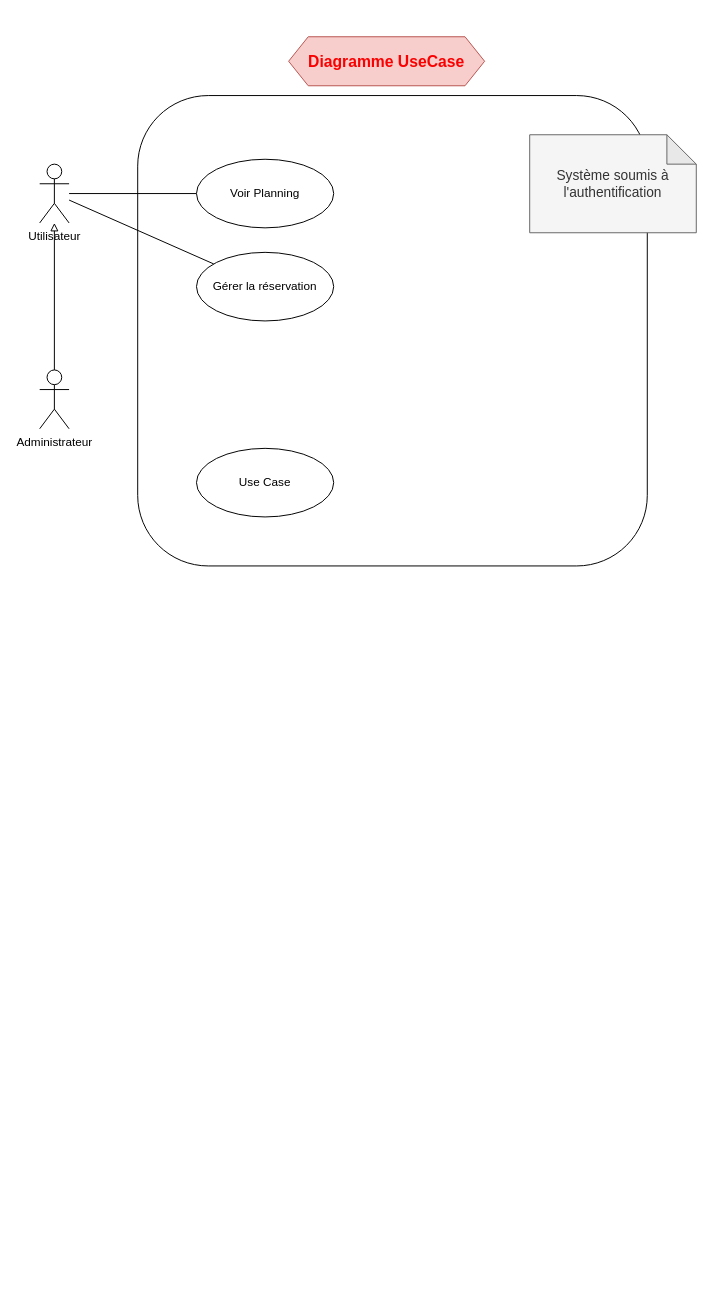
This is TP3/TP_3_UML_Exercice_1.drawio from Mzk-Ali/EXO_M2I_UML, a draw.io file, before an edit. Source tidied: cells renumbered, new cells numbered last; positions are measured from the earlier drawing's top-left corner, leaving out a move shared by most shapes. Both pictures are drawn from the tidied source at 98%, with x=0, y=0 at pixel (39, 36).
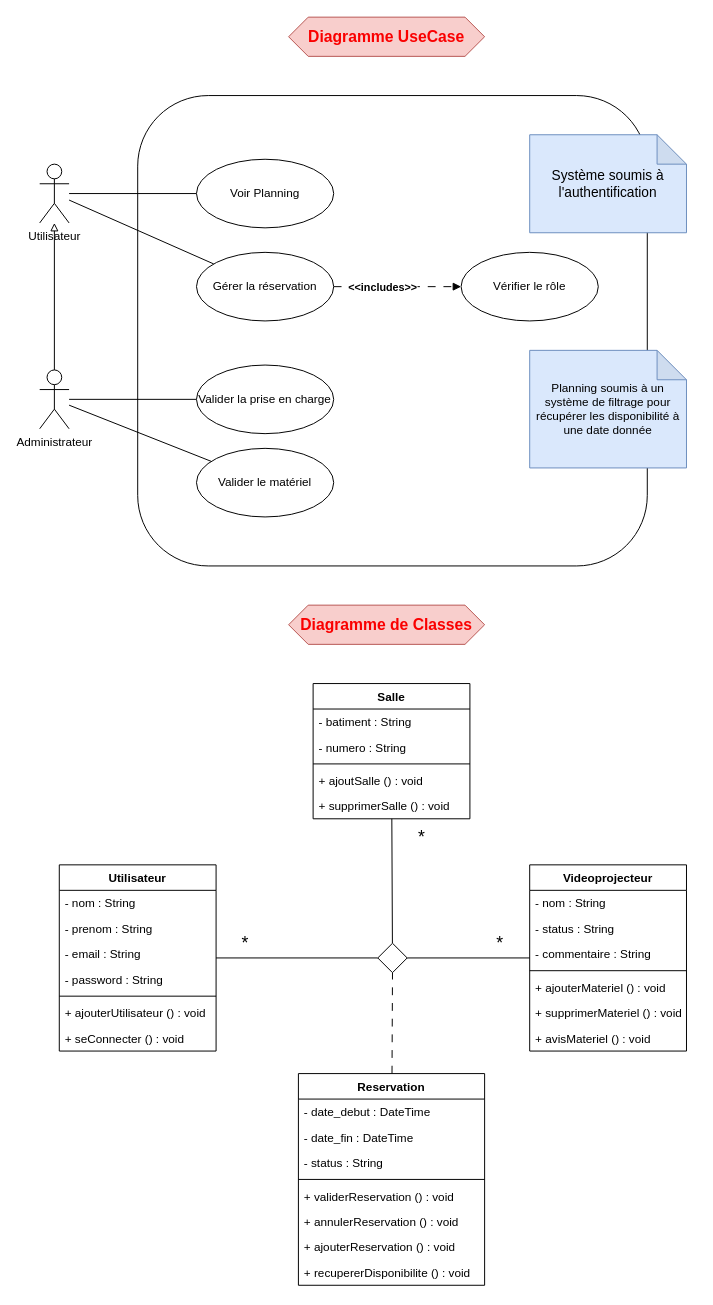
The same diagram, later.

Commit message (it also covers changes not shown here):
Mettre à jour TP_3_UML_Exercice_1.drawio

Unchanged cells that the change refers to:
```xml
<mxCell id="8" value="Administrateur" style="shape=umlActor;verticalLabelPosition=bottom;verticalAlign=top;html=1;outlineConnect=0;" parent="1" vertex="1">
  <mxGeometry y="340" width="30" height="60" as="geometry" />
</mxCell>
<mxCell id="11" value="Gérer la réservation" style="ellipse;whiteSpace=wrap;html=1;" parent="1" vertex="1">
  <mxGeometry x="160" y="220" width="140" height="70" as="geometry" />
</mxCell>
```

The edit, as a diff of the source:
```diff
@@
     <mxCell id="3" value="&lt;font style=&quot;font-size: 16px; color: light-dark(rgb(250, 0, 0), rgb(237, 237, 237));&quot;&gt;&lt;b&gt;Diagramme UseCase&lt;/b&gt;&lt;/font&gt;" style="shape=hexagon;perimeter=hexagonPerimeter2;whiteSpace=wrap;html=1;fixedSize=1;fillColor=#f8cecc;strokeColor=#b85450;" parent="1" vertex="1">
-      <mxGeometry x="254" width="200" height="50" as="geometry" />
+      <mxGeometry x="254" y="-20" width="200" height="40" as="geometry" />
     </mxCell>
@@
+    <mxCell id="13" style="edgeStyle=orthogonalEdgeStyle;rounded=0;jettySize=auto;html=1;endArrow=none;startFill=0;" parent="1" edge="1" source="8" target="12">
+      <mxGeometry relative="1" as="geometry" />
+    </mxCell>
+    <mxCell id="14" style="rounded=0;jettySize=auto;html=1;endArrow=none;startFill=0;" parent="1" edge="1" source="8" target="18">
+      <mxGeometry relative="1" as="geometry" />
+    </mxCell>
@@
-    <mxCell id="10" value="&lt;font style=&quot;font-size: 14px;&quot;&gt;Système soumis à l'authentification&lt;/font&gt;" style="shape=note;whiteSpace=wrap;html=1;backgroundOutline=1;darkOpacity=0.05;fillColor=#f5f5f5;fontColor=#333333;strokeColor=#666666;" parent="1" vertex="1">
-      <mxGeometry x="500" y="100" width="170" height="100" as="geometry" />
+    <mxCell id="10" value="&lt;font style=&quot;font-size: 14px;&quot;&gt;Système soumis à l'authentification&lt;/font&gt;" style="shape=note;whiteSpace=wrap;html=1;backgroundOutline=1;darkOpacity=0.05;fillColor=#dae8fc;strokeColor=#6c8ebf;" parent="1" vertex="1">
+      <mxGeometry x="500" y="100" width="160" height="100" as="geometry" />
     </mxCell>
+    <mxCell id="15" style="edgeStyle=orthogonalEdgeStyle;rounded=0;jettySize=auto;html=1;endArrow=block;endFill=1;dashed=1;dashPattern=8 8;" parent="1" edge="1" source="11" target="17">
+      <mxGeometry relative="1" as="geometry" />
+    </mxCell>
+    <mxCell id="16" value="&lt;b&gt;&amp;lt;&amp;lt;includes&amp;gt;&amp;gt;&lt;/b&gt;" style="edgeLabel;html=1;align=center;verticalAlign=middle;" parent="15" vertex="1">
+      <mxGeometry x="-0.25" relative="1" as="geometry" />
+    </mxCell>
@@
-    <mxCell id="12" value="Use Case" style="ellipse;whiteSpace=wrap;html=1;" parent="1" vertex="1">
-      <mxGeometry x="160" y="420" width="140" height="70" as="geometry" />
+    <mxCell id="12" value="Valider la prise en charge" style="ellipse;whiteSpace=wrap;html=1;" parent="1" vertex="1">
+      <mxGeometry x="160" y="335" width="140" height="70" as="geometry" />
     </mxCell>
+    <mxCell id="17" value="Vérifier le rôle" style="ellipse;whiteSpace=wrap;html=1;" parent="1" vertex="1">
+      <mxGeometry x="430" y="220" width="140" height="70" as="geometry" />
+    </mxCell>
+    <mxCell id="18" value="Valider le matériel" style="ellipse;whiteSpace=wrap;html=1;" parent="1" vertex="1">
+      <mxGeometry x="160" y="420" width="140" height="70" as="geometry" />
+    </mxCell>
+    <mxCell id="19" value="Planning soumis à un système de filtrage pour récupérer les disponibilité à une date donnée" style="shape=note;whiteSpace=wrap;html=1;backgroundOutline=1;darkOpacity=0.05;fillColor=#dae8fc;strokeColor=#6c8ebf;" parent="1" vertex="1">
+      <mxGeometry x="500" y="320" width="160" height="120" as="geometry" />
+    </mxCell>
+    <mxCell id="20" value="&lt;font style=&quot;font-size: 16px; color: light-dark(rgb(250, 0, 0), rgb(237, 237, 237));&quot;&gt;&lt;b&gt;Diagramme de Classes&lt;/b&gt;&lt;/font&gt;" style="shape=hexagon;perimeter=hexagonPerimeter2;whiteSpace=wrap;html=1;fixedSize=1;fillColor=#f8cecc;strokeColor=#b85450;" parent="1" vertex="1">
+      <mxGeometry x="254" y="580" width="200" height="40" as="geometry" />
+    </mxCell>
+    <mxCell id="21" value="Utilisateur" style="swimlane;fontStyle=1;align=center;verticalAlign=top;horizontal=1;startSize=26;whiteSpace=wrap;html=1;" parent="1" vertex="1">
+      <mxGeometry x="20" y="845" width="160" height="190" as="geometry" />
+    </mxCell>
+    <mxCell id="22" value="- nom : String" style="text;strokeColor=none;fillColor=none;align=left;verticalAlign=top;spacingLeft=4;spacingRight=4;overflow=hidden;whiteSpace=wrap;html=1;" parent="21" vertex="1">
+      <mxGeometry y="26" width="160" height="26" as="geometry" />
+    </mxCell>
+    <mxCell id="23" value="- prenom : String" style="text;strokeColor=none;fillColor=none;align=left;verticalAlign=top;spacingLeft=4;spacingRight=4;overflow=hidden;whiteSpace=wrap;html=1;" parent="21" vertex="1">
+      <mxGeometry y="52" width="160" height="26" as="geometry" />
+    </mxCell>
+    <mxCell id="24" value="- email : String" style="text;strokeColor=none;fillColor=none;align=left;verticalAlign=top;spacingLeft=4;spacingRight=4;overflow=hidden;whiteSpace=wrap;html=1;" parent="21" vertex="1">
+      <mxGeometry y="78" width="160" height="26" as="geometry" />
+    </mxCell>
+    <mxCell id="25" value="- password : String" style="text;strokeColor=none;fillColor=none;align=left;verticalAlign=top;spacingLeft=4;spacingRight=4;overflow=hidden;whiteSpace=wrap;html=1;" parent="21" vertex="1">
+      <mxGeometry y="104" width="160" height="26" as="geometry" />
+    </mxCell>
+    <mxCell id="26" style="line;strokeWidth=1;fillColor=none;align=left;verticalAlign=middle;spacingTop=-1;spacingLeft=3;spacingRight=3;labelPosition=right;strokeColor=inherit;" parent="21" vertex="1">
+      <mxGeometry y="130" width="160" height="8" as="geometry" />
+    </mxCell>
+    <mxCell id="27" value="+ ajouterUtilisateur () : void" style="text;strokeColor=none;fillColor=none;align=left;verticalAlign=top;spacingLeft=4;spacingRight=4;overflow=hidden;whiteSpace=wrap;html=1;" parent="21" vertex="1">
+      <mxGeometry y="138" width="160" height="26" as="geometry" />
+    </mxCell>
+    <mxCell id="28" value="+ seConnecter () : void" style="text;strokeColor=none;fillColor=none;align=left;verticalAlign=top;spacingLeft=4;spacingRight=4;overflow=hidden;whiteSpace=wrap;html=1;" parent="21" vertex="1">
+      <mxGeometry y="164" width="160" height="26" as="geometry" />
+    </mxCell>
+    <mxCell id="29" style="rounded=0;jettySize=auto;html=1;endArrow=none;startFill=0;dashed=1;dashPattern=8 8;entryX=0.5;entryY=1;entryDx=0;entryDy=0;" parent="1" edge="1" source="30" target="56">
+      <mxGeometry relative="1" as="geometry" />
+    </mxCell>
+    <mxCell id="30" value="Reservation" style="swimlane;fontStyle=1;align=center;verticalAlign=top;horizontal=1;startSize=26;whiteSpace=wrap;html=1;" parent="1" vertex="1">
+      <mxGeometry x="264" y="1058" width="190" height="216" as="geometry" />
+    </mxCell>
+    <mxCell id="31" value="- date_debut : DateTime" style="text;strokeColor=none;fillColor=none;align=left;verticalAlign=top;spacingLeft=4;spacingRight=4;overflow=hidden;whiteSpace=wrap;html=1;" parent="30" vertex="1">
+      <mxGeometry y="26" width="190" height="26" as="geometry" />
+    </mxCell>
+    <mxCell id="32" value="- date_fin : DateTime" style="text;strokeColor=none;fillColor=none;align=left;verticalAlign=top;spacingLeft=4;spacingRight=4;overflow=hidden;whiteSpace=wrap;html=1;" parent="30" vertex="1">
+      <mxGeometry y="52" width="190" height="26" as="geometry" />
+    </mxCell>
+    <mxCell id="33" value="- status : String" style="text;strokeColor=none;fillColor=none;align=left;verticalAlign=top;spacingLeft=4;spacingRight=4;overflow=hidden;whiteSpace=wrap;html=1;" parent="30" vertex="1">
+      <mxGeometry y="78" width="190" height="26" as="geometry" />
+    </mxCell>
+    <mxCell id="34" style="line;strokeWidth=1;fillColor=none;align=left;verticalAlign=middle;spacingTop=-1;spacingLeft=3;spacingRight=3;labelPosition=right;strokeColor=inherit;" parent="30" vertex="1">
+      <mxGeometry y="104" width="190" height="8" as="geometry" />
+    </mxCell>
+    <mxCell id="35" value="+ validerReservation () : void" style="text;strokeColor=none;fillColor=none;align=left;verticalAlign=top;spacingLeft=4;spacingRight=4;overflow=hidden;whiteSpace=wrap;html=1;" parent="30" vertex="1">
+      <mxGeometry y="112" width="190" height="26" as="geometry" />
+    </mxCell>
+    <mxCell id="36" value="+ annulerReservation () : void" style="text;strokeColor=none;fillColor=none;align=left;verticalAlign=top;spacingLeft=4;spacingRight=4;overflow=hidden;whiteSpace=wrap;html=1;" parent="30" vertex="1">
+      <mxGeometry y="138" width="190" height="26" as="geometry" />
+    </mxCell>
+    <mxCell id="37" value="+ ajouterReservation () : void" style="text;strokeColor=none;fillColor=none;align=left;verticalAlign=top;spacingLeft=4;spacingRight=4;overflow=hidden;whiteSpace=wrap;html=1;" parent="30" vertex="1">
+      <mxGeometry y="164" width="190" height="26" as="geometry" />
+    </mxCell>
+    <mxCell id="38" value="+ recupererDisponibilite () : void&amp;nbsp;" style="text;strokeColor=none;fillColor=none;align=left;verticalAlign=top;spacingLeft=4;spacingRight=4;overflow=hidden;whiteSpace=wrap;html=1;" parent="30" vertex="1">
+      <mxGeometry y="190" width="190" height="26" as="geometry" />
+    </mxCell>
+    <mxCell id="39" value="Videoprojecteur" style="swimlane;fontStyle=1;align=center;verticalAlign=top;horizontal=1;startSize=26;whiteSpace=wrap;html=1;" parent="1" vertex="1">
+      <mxGeometry x="500" y="845" width="160" height="190" as="geometry" />
+    </mxCell>
+    <mxCell id="40" value="- nom : String" style="text;strokeColor=none;fillColor=none;align=left;verticalAlign=top;spacingLeft=4;spacingRight=4;overflow=hidden;whiteSpace=wrap;html=1;" parent="39" vertex="1">
+      <mxGeometry y="26" width="160" height="26" as="geometry" />
+    </mxCell>
+    <mxCell id="41" value="- status : String" style="text;strokeColor=none;fillColor=none;align=left;verticalAlign=top;spacingLeft=4;spacingRight=4;overflow=hidden;whiteSpace=wrap;html=1;" parent="39" vertex="1">
+      <mxGeometry y="52" width="160" height="26" as="geometry" />
+    </mxCell>
+    <mxCell id="42" value="- commentaire : String" style="text;strokeColor=none;fillColor=none;align=left;verticalAlign=top;spacingLeft=4;spacingRight=4;overflow=hidden;whiteSpace=wrap;html=1;" parent="39" vertex="1">
+      <mxGeometry y="78" width="160" height="26" as="geometry" />
+    </mxCell>
+    <mxCell id="43" style="line;strokeWidth=1;fillColor=none;align=left;verticalAlign=middle;spacingTop=-1;spacingLeft=3;spacingRight=3;labelPosition=right;strokeColor=inherit;" parent="39" vertex="1">
+      <mxGeometry y="104" width="160" height="8" as="geometry" />
+    </mxCell>
+    <mxCell id="44" value="+ ajouterMateriel () : void" style="text;strokeColor=none;fillColor=none;align=left;verticalAlign=top;spacingLeft=4;spacingRight=4;overflow=hidden;whiteSpace=wrap;html=1;" parent="39" vertex="1">
+      <mxGeometry y="112" width="160" height="26" as="geometry" />
+    </mxCell>
+    <mxCell id="45" value="+ supprimerMateriel () : void" style="text;strokeColor=none;fillColor=none;align=left;verticalAlign=top;spacingLeft=4;spacingRight=4;overflow=hidden;whiteSpace=wrap;html=1;" parent="39" vertex="1">
+      <mxGeometry y="138" width="160" height="26" as="geometry" />
+    </mxCell>
+    <mxCell id="46" value="+ avisMateriel () : void" style="text;strokeColor=none;fillColor=none;align=left;verticalAlign=top;spacingLeft=4;spacingRight=4;overflow=hidden;whiteSpace=wrap;html=1;" parent="39" vertex="1">
+      <mxGeometry y="164" width="160" height="26" as="geometry" />
+    </mxCell>
+    <mxCell id="47" value="Salle" style="swimlane;fontStyle=1;align=center;verticalAlign=top;horizontal=1;startSize=26;whiteSpace=wrap;html=1;" parent="1" vertex="1">
+      <mxGeometry x="279" y="660" width="160" height="138" as="geometry" />
+    </mxCell>
+    <mxCell id="48" value="- batiment : String" style="text;strokeColor=none;fillColor=none;align=left;verticalAlign=top;spacingLeft=4;spacingRight=4;overflow=hidden;whiteSpace=wrap;html=1;" parent="47" vertex="1">
+      <mxGeometry y="26" width="160" height="26" as="geometry" />
+    </mxCell>
+    <mxCell id="49" value="- numero : String" style="text;strokeColor=none;fillColor=none;align=left;verticalAlign=top;spacingLeft=4;spacingRight=4;overflow=hidden;whiteSpace=wrap;html=1;" parent="47" vertex="1">
+      <mxGeometry y="52" width="160" height="26" as="geometry" />
+    </mxCell>
+    <mxCell id="50" style="line;strokeWidth=1;fillColor=none;align=left;verticalAlign=middle;spacingTop=-1;spacingLeft=3;spacingRight=3;labelPosition=right;strokeColor=inherit;" parent="47" vertex="1">
+      <mxGeometry y="78" width="160" height="8" as="geometry" />
+    </mxCell>
+    <mxCell id="51" value="+ ajoutSalle () : void" style="text;strokeColor=none;fillColor=none;align=left;verticalAlign=top;spacingLeft=4;spacingRight=4;overflow=hidden;whiteSpace=wrap;html=1;" parent="47" vertex="1">
+      <mxGeometry y="86" width="160" height="26" as="geometry" />
+    </mxCell>
+    <mxCell id="52" value="+ supprimerSalle () : void" style="text;strokeColor=none;fillColor=none;align=left;verticalAlign=top;spacingLeft=4;spacingRight=4;overflow=hidden;whiteSpace=wrap;html=1;" parent="47" vertex="1">
+      <mxGeometry y="112" width="160" height="26" as="geometry" />
+    </mxCell>
+    <mxCell id="53" style="rounded=0;jettySize=auto;html=1;endArrow=none;startFill=0;" parent="1" edge="1" source="56" target="21">
+      <mxGeometry relative="1" as="geometry" />
+    </mxCell>
+    <mxCell id="54" style="rounded=0;jettySize=auto;html=1;endArrow=none;startFill=0;" parent="1" edge="1" source="56" target="39">
+      <mxGeometry relative="1" as="geometry" />
+    </mxCell>
+    <mxCell id="55" style="rounded=0;jettySize=auto;html=1;endArrow=none;startFill=0;" parent="1" edge="1" source="56" target="47">
+      <mxGeometry relative="1" as="geometry" />
+    </mxCell>
+    <mxCell id="56" style="rhombus;whiteSpace=wrap;html=1;" parent="1" vertex="1">
+      <mxGeometry x="345" y="925" width="30" height="30" as="geometry" />
+    </mxCell>
+    <mxCell id="57" value="&lt;font style=&quot;font-size: 18px;&quot;&gt;*&lt;/font&gt;" style="text;html=1;align=center;verticalAlign=middle;whiteSpace=wrap;rounded=0;" parent="1" vertex="1">
+      <mxGeometry x="180" y="910" width="60" height="30" as="geometry" />
+    </mxCell>
+    <mxCell id="58" value="&lt;font style=&quot;font-size: 18px;&quot;&gt;*&lt;/font&gt;" style="text;html=1;align=center;verticalAlign=middle;whiteSpace=wrap;rounded=0;" parent="1" vertex="1">
+      <mxGeometry x="440" y="910" width="60" height="30" as="geometry" />
+    </mxCell>
+    <mxCell id="59" value="&lt;font style=&quot;font-size: 18px;&quot;&gt;*&lt;/font&gt;" style="text;html=1;align=center;verticalAlign=middle;whiteSpace=wrap;rounded=0;" parent="1" vertex="1">
+      <mxGeometry x="360" y="802" width="60" height="30" as="geometry" />
+    </mxCell>
```
